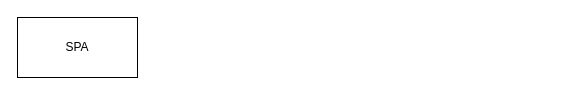
Before: Frontend-Arch.drawio in hikumealan/draw-io-diagrams, a draw.io diagram. Source tidied: cells renumbered, new cells numbered last; positions are measured from the earlier drawing's top-left corner, leaving out a move shared by most shapes. Both pictures are drawn from the tidied source at 100%, with x=0, y=0 at pixel (17, 17).
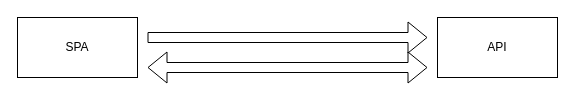
The same page after the edit.

The edit, as a diff of the source:
```diff
@@
 <mxGraphModel>
   <root>
     <mxCell id="0" />
     <mxCell id="1" parent="0" />
     <mxCell id="2" value="SPA" style="rounded=0;whiteSpace=wrap;html=1;" parent="1" vertex="1">
       <mxGeometry width="120" height="60" as="geometry" />
     </mxCell>
+    <mxCell id="3" value="API" style="rounded=0;whiteSpace=wrap;html=1;" parent="1" vertex="1">
+      <mxGeometry x="420" width="120" height="60" as="geometry" />
+    </mxCell>
+    <mxCell id="4" style="shape=flexArrow;endArrow=classic;html=1;rounded=0;" parent="1" edge="1">
+      <mxGeometry relative="1" as="geometry">
+        <mxPoint x="130" y="20" as="sourcePoint" />
+        <mxPoint x="410" y="20" as="targetPoint" />
+      </mxGeometry>
+    </mxCell>
+    <mxCell id="5" style="shape=flexArrow;endArrow=classic;startArrow=classic;html=1;rounded=0;" parent="1" edge="1">
+      <mxGeometry relative="1" as="geometry">
+        <mxPoint x="130" y="50" as="sourcePoint" />
+        <mxPoint x="410" y="50" as="targetPoint" />
+      </mxGeometry>
+    </mxCell>
   </root>
 </mxGraphModel>
```
